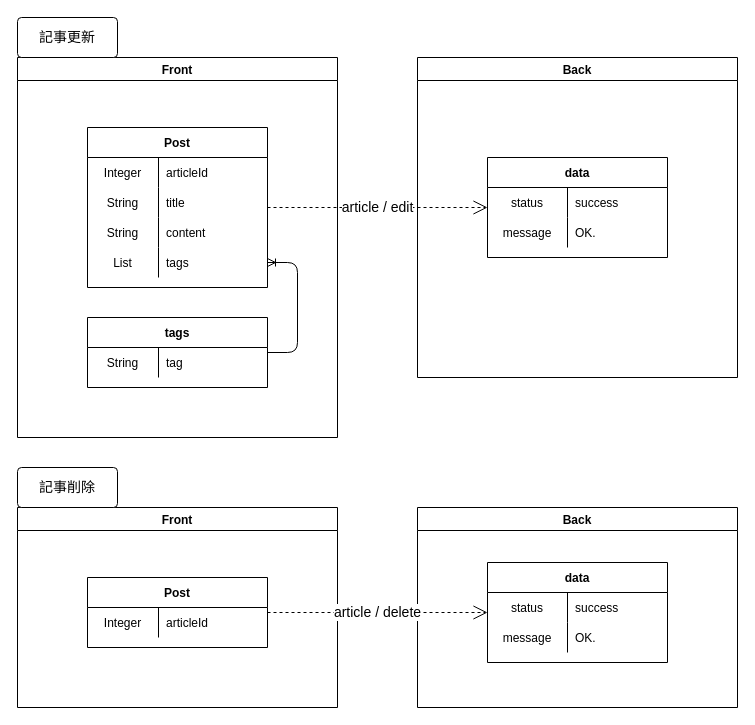
Above: page "[更新]記事" (13 of 14) of Designs/基本設計.drawio in yusuke-rakus/Qiish (draw.io), before the change. Source tidied: cells renumbered, new cells numbered last; positions are measured from the earlier drawing's top-left corner, leaving out a move shared by most shapes. Both pictures are drawn from the tidied source at 100%, with x=0, y=0 at pixel (17, 17).
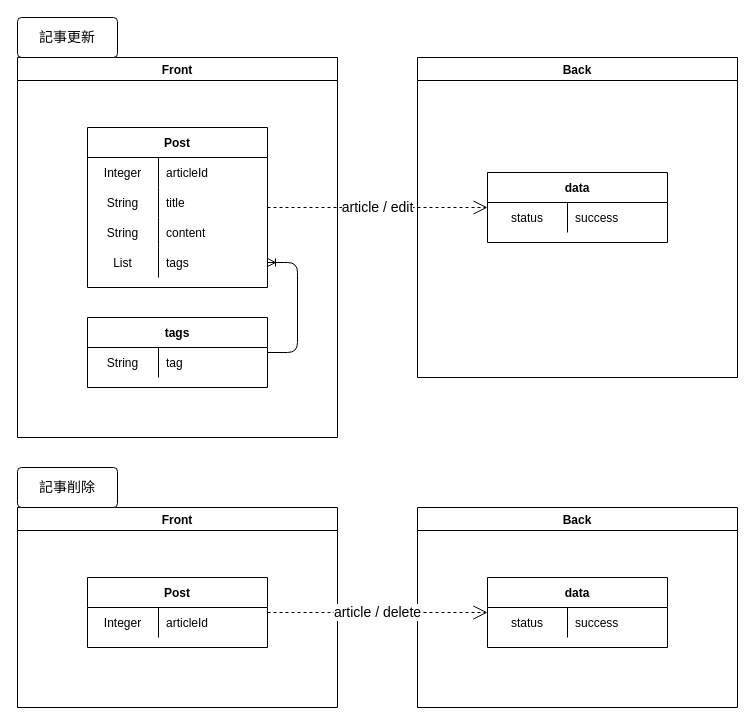
After the change.

Unchanged cells that the change refers to:
```xml
<mxCell id="21" value="Back" style="swimlane;" parent="1" vertex="1">
  <mxGeometry x="400" y="40" width="320" height="320" as="geometry" />
</mxCell>
<mxCell id="35" value="Back" style="swimlane;" parent="1" vertex="1">
  <mxGeometry x="400" y="490" width="320" height="200" as="geometry" />
</mxCell>
```

Change to the diagram source:
```diff
@@
     <mxCell id="22" value="data" style="shape=table;startSize=30;childLayout=tableLayout;rowLines=0;fontStyle=1;align=center;" parent="21" vertex="1">
-      <mxGeometry x="70" y="100" width="180" height="100" as="geometry" />
+      <mxGeometry x="70" y="115" width="180" height="70" as="geometry" />
     </mxCell>
@@
-    <mxCell id="26" style="shape=partialRectangle;fillColor=none;top=0;left=0;bottom=0;right=0;" parent="22" vertex="1">
-      <mxGeometry y="60" width="180" height="30" as="geometry" />
-    </mxCell>
-    <mxCell id="27" value="message" style="shape=partialRectangle;fillColor=none;top=0;left=0;bottom=0;right=0;fontStyle=0;overflow=hidden;" parent="26" vertex="1">
-      <mxGeometry width="80" height="30" as="geometry" />
-    </mxCell>
-    <mxCell id="28" value="OK." style="shape=partialRectangle;fillColor=none;top=0;left=0;bottom=0;right=0;align=left;spacingLeft=6;fontStyle=0;overflow=hidden;" parent="26" vertex="1">
-      <mxGeometry x="80" width="100" height="30" as="geometry" />
-    </mxCell>
@@
     <mxCell id="36" value="data" style="shape=table;startSize=30;childLayout=tableLayout;rowLines=0;fontStyle=1;align=center;" parent="35" vertex="1">
-      <mxGeometry x="70" y="55" width="180" height="100" as="geometry" />
+      <mxGeometry x="70" y="70" width="180" height="70" as="geometry" />
     </mxCell>
@@
-    <mxCell id="40" style="shape=partialRectangle;fillColor=none;top=0;left=0;bottom=0;right=0;" parent="36" vertex="1">
-      <mxGeometry y="60" width="180" height="30" as="geometry" />
-    </mxCell>
-    <mxCell id="41" value="message" style="shape=partialRectangle;fillColor=none;top=0;left=0;bottom=0;right=0;fontStyle=0;overflow=hidden;" parent="40" vertex="1">
-      <mxGeometry width="80" height="30" as="geometry" />
-    </mxCell>
-    <mxCell id="42" value="OK." style="shape=partialRectangle;fillColor=none;top=0;left=0;bottom=0;right=0;align=left;spacingLeft=6;fontStyle=0;overflow=hidden;" parent="40" vertex="1">
-      <mxGeometry x="80" width="100" height="30" as="geometry" />
-    </mxCell>
```
